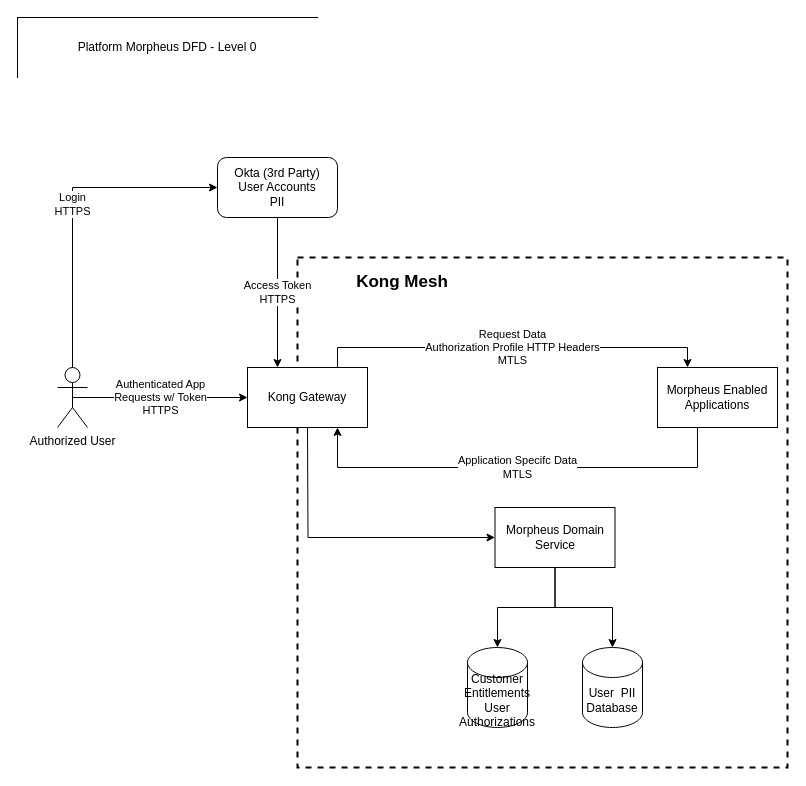
The draw.io diagram Platform Morpheus DFD.drawio in kharshawFL/PlatformDiagrams, before the edit. Source tidied: cells renumbered, new cells numbered last; positions are measured from the earlier drawing's top-left corner, leaving out a move shared by most shapes. Both pictures are drawn from the tidied source at 100%, with x=0, y=0 at pixel (17, 17).
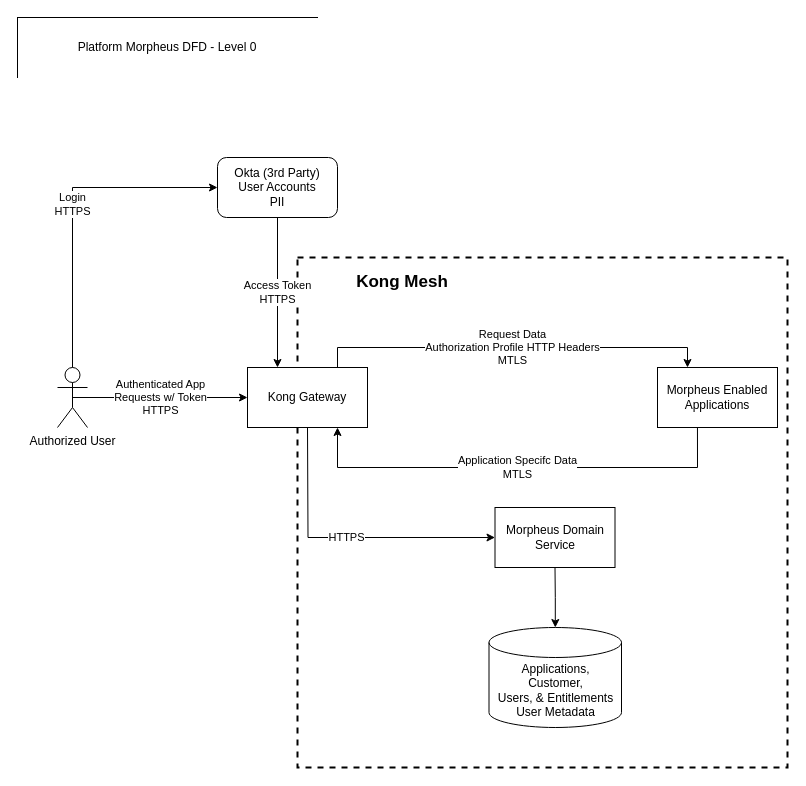
The same diagram, later.

The change refers to these unchanged cells:
```xml
<mxCell id="17" value="Morpheus Domain Service" style="rounded=0;whiteSpace=wrap;html=1;" parent="1" vertex="1">
  <mxGeometry x="477.5" y="490" width="120" height="60" as="geometry" />
</mxCell>
```

The edit, as a diff of the source:
```diff
@@
-    <mxCell id="12" style="edgeStyle=orthogonalEdgeStyle;rounded=0;jettySize=auto;html=1;startArrow=classic;startFill=1;endArrow=none;endFill=0;" parent="1" edge="1" source="13" target="17">
-      <mxGeometry relative="1" as="geometry" />
-    </mxCell>
-    <mxCell id="13" value="User&amp;nbsp; PII Database" style="shape=cylinder3;whiteSpace=wrap;html=1;boundedLbl=1;backgroundOutline=1;size=15;" parent="1" vertex="1">
-      <mxGeometry x="565" y="630" width="60" height="80" as="geometry" />
-    </mxCell>
@@
-    <mxCell id="15" value="Customer Entitlements&lt;br&gt;User Authorizations" style="shape=cylinder3;whiteSpace=wrap;html=1;boundedLbl=1;backgroundOutline=1;size=15;" parent="1" vertex="1">
-      <mxGeometry x="450" y="630" width="60" height="80" as="geometry" />
+    <mxCell id="15" value="Applications,&lt;br&gt;Customer,&lt;br&gt;Users, &amp;amp; Entitlements&lt;br&gt;User Metadata" style="shape=cylinder3;whiteSpace=wrap;html=1;boundedLbl=1;backgroundOutline=1;size=15;" parent="1" vertex="1">
+      <mxGeometry x="471.5" y="610" width="132.5" height="100" as="geometry" />
     </mxCell>
-    <mxCell id="16" style="edgeStyle=orthogonalEdgeStyle;rounded=0;jettySize=auto;html=1;startArrow=classic;startFill=1;endArrow=none;endFill=0;" parent="1" edge="1" source="17">
+    <mxCell id="16" value="HTTPS" style="edgeStyle=orthogonalEdgeStyle;rounded=0;jettySize=auto;html=1;startArrow=classic;startFill=1;endArrow=none;endFill=0;" parent="1" edge="1" source="17">
       <mxGeometry relative="1" as="geometry">
         <mxPoint x="290" y="410" as="targetPoint" />
       </mxGeometry>
     </mxCell>
```
